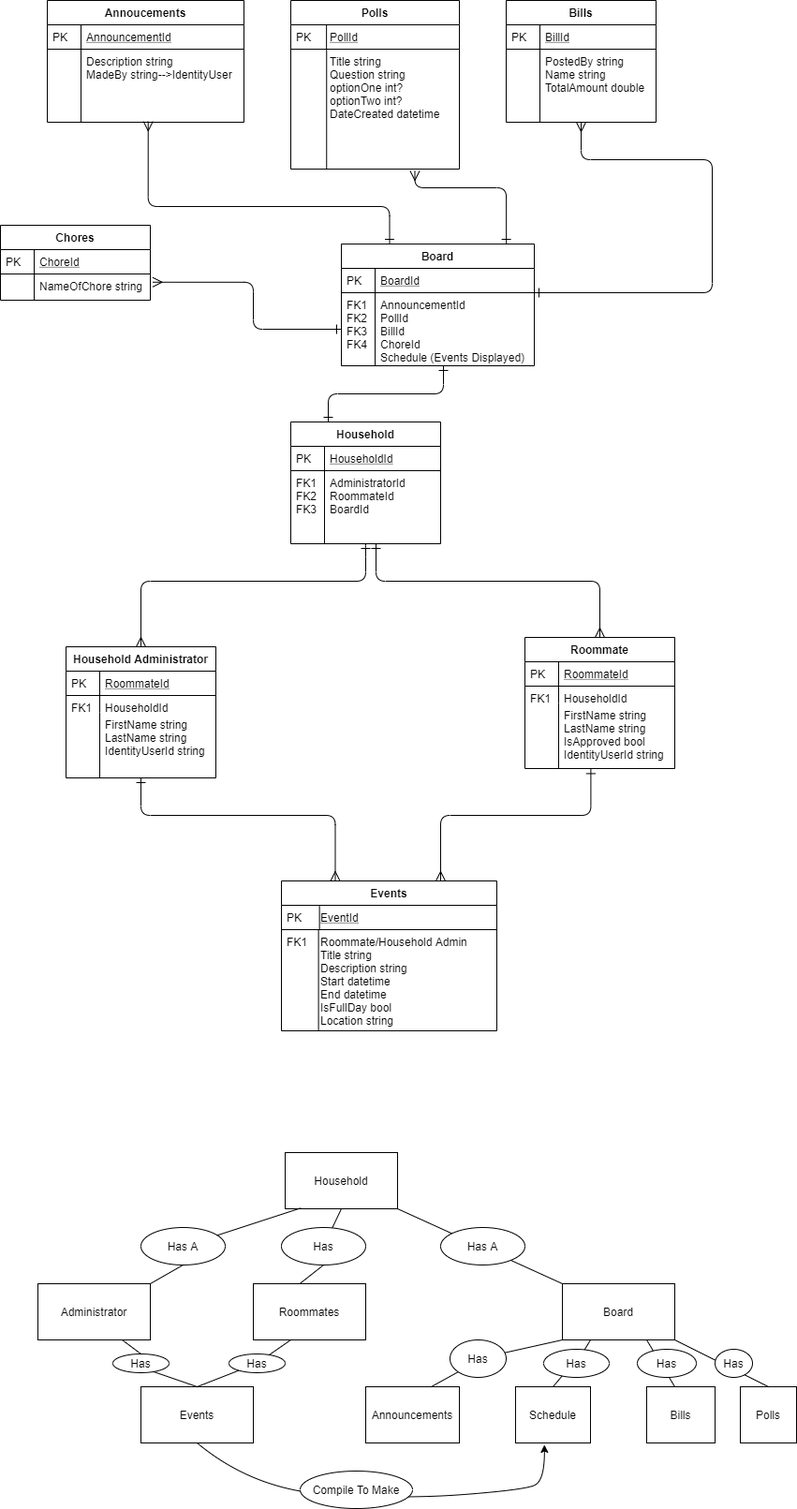
This is UserStoriesAndPlanningDocuments/IndividualCapstoneWithBasicLayout.png from andrewbaird17/Capstone_TheCommonRoom, a draw.io export, as it was before one commit. Source tidied: cells renumbered, new cells last; positions are measured from the earlier drawing's top-left corner, leaving out a move shared by most shapes.
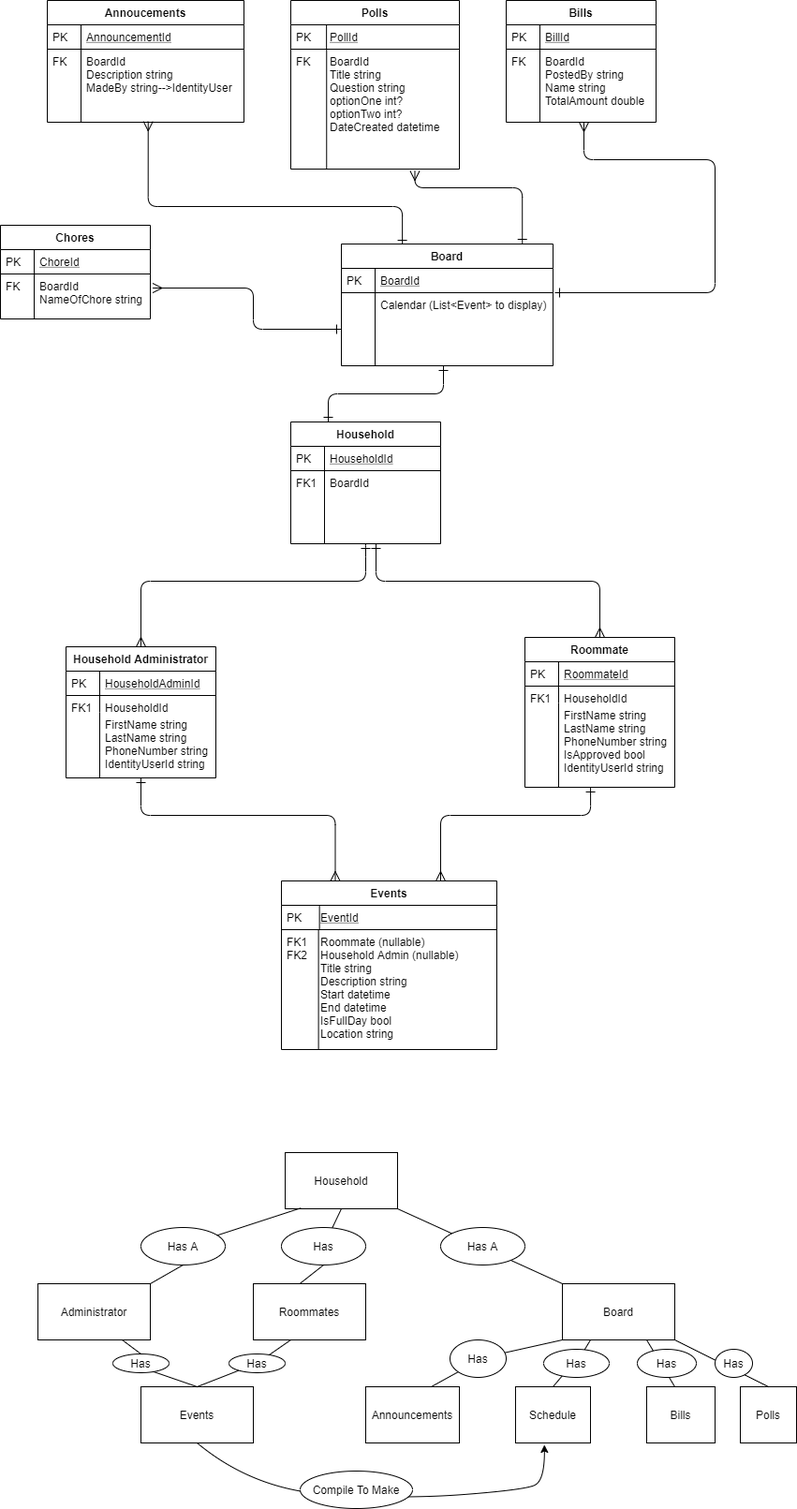
After the commit.

Diff of the diagram source:
```diff
@@ -33,6 +33,6 @@
     </mxCell>
-    <mxCell id="7" value="AdministratorId&#10;RoommateId&#10;BoardId" style="shape=partialRectangle;top=0;left=0;right=0;bottom=0;align=left;verticalAlign=top;fillColor=none;spacingLeft=40;spacingRight=4;overflow=hidden;rounded=0;shadow=0;strokeWidth=1;" parent="4" vertex="1">
+    <mxCell id="7" value="BoardId" style="shape=partialRectangle;top=0;left=0;right=0;bottom=0;align=left;verticalAlign=top;fillColor=none;spacingLeft=40;spacingRight=4;overflow=hidden;rounded=0;shadow=0;strokeWidth=1;" parent="4" vertex="1">
       <mxGeometry y="52" width="160" height="78" as="geometry" />
     </mxCell>
-    <mxCell id="8" value="FK1&#10;FK2&#10;FK3" style="shape=partialRectangle;top=0;left=0;bottom=0;fillColor=none;align=left;verticalAlign=top;spacingLeft=4;spacingRight=4;overflow=hidden;" parent="7" vertex="1">
+    <mxCell id="8" value="FK1" style="shape=partialRectangle;top=0;left=0;bottom=0;fillColor=none;align=left;verticalAlign=top;spacingLeft=4;spacingRight=4;overflow=hidden;" parent="7" vertex="1">
       <mxGeometry width="36" height="78" as="geometry" />
@@ -40,3 +40,3 @@
     <mxCell id="9" value="Roommate" style="swimlane;fontStyle=1;horizontal=1;startSize=26;rounded=0;shadow=0;strokeWidth=1;" parent="1" vertex="1">
-      <mxGeometry x="560" y="680" width="160" height="140" as="geometry" />
+      <mxGeometry x="560" y="680" width="160" height="160" as="geometry" />
     </mxCell>
@@ -54,7 +54,7 @@
     </mxCell>
-    <mxCell id="14" value="FirstName string&#10;LastName string&#10;IsApproved bool&#10;IdentityUserId string" style="shape=partialRectangle;top=0;left=0;right=0;bottom=0;align=left;verticalAlign=top;fillColor=none;spacingLeft=40;spacingRight=4;overflow=hidden;points=[[0,0.5],[1,0.5]];portConstraint=eastwest;rounded=0;shadow=0;strokeWidth=1;fontStyle=0;" parent="9" vertex="1">
-      <mxGeometry y="70" width="160" height="70" as="geometry" />
+    <mxCell id="14" value="FirstName string&#10;LastName string&#10;PhoneNumber string&#10;IsApproved bool&#10;IdentityUserId string" style="shape=partialRectangle;top=0;left=0;right=0;bottom=0;align=left;verticalAlign=top;fillColor=none;spacingLeft=40;spacingRight=4;overflow=hidden;points=[[0,0.5],[1,0.5]];portConstraint=eastwest;rounded=0;shadow=0;strokeWidth=1;fontStyle=0;" parent="9" vertex="1">
+      <mxGeometry y="70" width="160" height="90" as="geometry" />
     </mxCell>
     <mxCell id="15" style="shape=partialRectangle;top=0;left=0;bottom=0;fillColor=none;align=left;verticalAlign=top;spacingLeft=4;spacingRight=4;overflow=hidden;" parent="14" vertex="1">
-      <mxGeometry width="36" height="70" as="geometry" />
+      <mxGeometry width="36" height="90" as="geometry" />
     </mxCell>
@@ -63,3 +63,3 @@
     </mxCell>
-    <mxCell id="17" value="RoommateId" style="shape=partialRectangle;top=0;left=0;right=0;bottom=1;align=left;verticalAlign=top;fillColor=none;spacingLeft=40;spacingRight=4;overflow=hidden;rounded=0;shadow=0;strokeWidth=1;fontStyle=4;" parent="16" vertex="1">
+    <mxCell id="17" value="HouseholdAdminId" style="shape=partialRectangle;top=0;left=0;right=0;bottom=1;align=left;verticalAlign=top;fillColor=none;spacingLeft=40;spacingRight=4;overflow=hidden;rounded=0;shadow=0;strokeWidth=1;fontStyle=4;" parent="16" vertex="1">
       <mxGeometry y="26" width="160" height="26" as="geometry" />
@@ -75,3 +75,3 @@
     </mxCell>
-    <mxCell id="21" value="FirstName string&#10;LastName string&#10;IdentityUserId string" style="shape=partialRectangle;top=0;left=0;right=0;bottom=0;align=left;verticalAlign=top;fillColor=none;spacingLeft=40;spacingRight=4;overflow=hidden;rounded=0;shadow=0;strokeWidth=1;fontStyle=0;" parent="16" vertex="1">
+    <mxCell id="21" value="FirstName string&#10;LastName string&#10;PhoneNumber string&#10;IdentityUserId string" style="shape=partialRectangle;top=0;left=0;right=0;bottom=0;align=left;verticalAlign=top;fillColor=none;spacingLeft=40;spacingRight=4;overflow=hidden;rounded=0;shadow=0;strokeWidth=1;fontStyle=0;" parent="16" vertex="1">
       <mxGeometry y="70" width="160" height="70" as="geometry" />
@@ -99,6 +99,6 @@
     </mxCell>
-    <mxCell id="27" value="Title string&#10;Question string&#10;optionOne int?&#10;optionTwo int?&#10;DateCreated datetime" style="shape=partialRectangle;top=0;left=0;right=0;bottom=0;align=left;verticalAlign=top;fillColor=none;spacingLeft=40;spacingRight=4;overflow=hidden;points=[[0,0.5],[1,0.5]];portConstraint=eastwest;rounded=0;shadow=0;strokeWidth=1;" parent="24" vertex="1">
+    <mxCell id="27" value="BoardId&#10;Title string&#10;Question string&#10;optionOne int?&#10;optionTwo int?&#10;DateCreated datetime" style="shape=partialRectangle;top=0;left=0;right=0;bottom=0;align=left;verticalAlign=top;fillColor=none;spacingLeft=40;spacingRight=4;overflow=hidden;points=[[0,0.5],[1,0.5]];portConstraint=eastwest;rounded=0;shadow=0;strokeWidth=1;" parent="24" vertex="1">
       <mxGeometry y="52" width="180" height="128" as="geometry" />
     </mxCell>
-    <mxCell id="28" style="shape=partialRectangle;top=0;left=0;bottom=0;fillColor=none;align=left;verticalAlign=top;spacingLeft=4;spacingRight=4;overflow=hidden;" parent="27" vertex="1">
+    <mxCell id="28" value="FK" style="shape=partialRectangle;top=0;left=0;bottom=0;fillColor=none;align=left;verticalAlign=top;spacingLeft=4;spacingRight=4;overflow=hidden;" parent="27" vertex="1">
       <mxGeometry width="38.2" height="128" as="geometry" />
@@ -114,6 +114,6 @@
     </mxCell>
-    <mxCell id="32" value="Description string&#10;MadeBy string--&gt;IdentityUser" style="shape=partialRectangle;top=0;left=0;right=0;bottom=0;align=left;verticalAlign=top;fillColor=none;spacingLeft=40;spacingRight=4;overflow=hidden;points=[[0,0.5],[1,0.5]];portConstraint=eastwest;rounded=0;shadow=0;strokeWidth=1;" parent="29" vertex="1">
+    <mxCell id="32" value="BoardId&#10;Description string&#10;MadeBy string--&gt;IdentityUser" style="shape=partialRectangle;top=0;left=0;right=0;bottom=0;align=left;verticalAlign=top;fillColor=none;spacingLeft=40;spacingRight=4;overflow=hidden;points=[[0,0.5],[1,0.5]];portConstraint=eastwest;rounded=0;shadow=0;strokeWidth=1;" parent="29" vertex="1">
       <mxGeometry y="52" width="210" height="78" as="geometry" />
     </mxCell>
-    <mxCell id="33" style="shape=partialRectangle;top=0;left=0;bottom=0;fillColor=none;align=left;verticalAlign=top;spacingLeft=4;spacingRight=4;overflow=hidden;" parent="32" vertex="1">
+    <mxCell id="33" value="FK" style="shape=partialRectangle;top=0;left=0;bottom=0;fillColor=none;align=left;verticalAlign=top;spacingLeft=4;spacingRight=4;overflow=hidden;" parent="32" vertex="1">
       <mxGeometry width="36" height="78" as="geometry" />
@@ -129,6 +129,6 @@
     </mxCell>
-    <mxCell id="37" value="PostedBy string&#10;Name string&#10;TotalAmount double" style="shape=partialRectangle;top=0;left=0;right=0;bottom=0;align=left;verticalAlign=top;fillColor=none;spacingLeft=40;spacingRight=4;overflow=hidden;rounded=0;shadow=0;strokeWidth=1;" parent="34" vertex="1">
+    <mxCell id="37" value="BoardId&#10;PostedBy string&#10;Name string&#10;TotalAmount double" style="shape=partialRectangle;top=0;left=0;right=0;bottom=0;align=left;verticalAlign=top;fillColor=none;spacingLeft=40;spacingRight=4;overflow=hidden;rounded=0;shadow=0;strokeWidth=1;" parent="34" vertex="1">
       <mxGeometry y="52" width="160" height="78" as="geometry" />
     </mxCell>
-    <mxCell id="38" style="shape=partialRectangle;top=0;left=0;bottom=0;fillColor=none;align=left;verticalAlign=top;spacingLeft=4;spacingRight=4;overflow=hidden;" parent="37" vertex="1">
+    <mxCell id="38" value="FK" style="shape=partialRectangle;top=0;left=0;bottom=0;fillColor=none;align=left;verticalAlign=top;spacingLeft=4;spacingRight=4;overflow=hidden;" parent="37" vertex="1">
       <mxGeometry width="36" height="78" as="geometry" />
@@ -136,3 +136,3 @@
     <mxCell id="39" value="Events" style="swimlane;fontStyle=1;horizontal=1;startSize=26;rounded=0;shadow=0;strokeWidth=1;" parent="1" vertex="1">
-      <mxGeometry x="300" y="940" width="230" height="160" as="geometry" />
+      <mxGeometry x="300" y="940" width="230" height="180" as="geometry" />
     </mxCell>
@@ -144,7 +144,7 @@
     </mxCell>
-    <mxCell id="42" value="Roommate/Household Admin&#10;Title string&#10;Description string&#10;Start datetime&#10;End datetime&#10;IsFullDay bool&#10;Location string" style="shape=partialRectangle;top=0;left=0;right=0;bottom=0;align=left;verticalAlign=top;fillColor=none;spacingLeft=40;spacingRight=4;overflow=hidden;rounded=0;shadow=0;strokeWidth=1;" parent="39" vertex="1">
-      <mxGeometry y="52" width="230" height="108" as="geometry" />
+    <mxCell id="42" value="Roommate (nullable)&#10;Household Admin (nullable)&#10;Title string&#10;Description string&#10;Start datetime&#10;End datetime&#10;IsFullDay bool&#10;Location string" style="shape=partialRectangle;top=0;left=0;right=0;bottom=0;align=left;verticalAlign=top;fillColor=none;spacingLeft=40;spacingRight=4;overflow=hidden;rounded=0;shadow=0;strokeWidth=1;" parent="39" vertex="1">
+      <mxGeometry y="52" width="230" height="128" as="geometry" />
     </mxCell>
-    <mxCell id="43" value="FK1&#10;" style="shape=partialRectangle;top=0;left=0;bottom=0;fillColor=none;align=left;verticalAlign=top;spacingLeft=4;spacingRight=4;overflow=hidden;" parent="42" vertex="1">
-      <mxGeometry width="39.6" height="108" as="geometry" />
+    <mxCell id="43" value="FK1&#10;FK2" style="shape=partialRectangle;top=0;left=0;bottom=0;fillColor=none;align=left;verticalAlign=top;spacingLeft=4;spacingRight=4;overflow=hidden;" parent="42" vertex="1">
+      <mxGeometry width="39.6" height="128" as="geometry" />
     </mxCell>
@@ -159,3 +159,3 @@
     </mxCell>
-    <mxCell id="45" style="edgeStyle=orthogonalEdgeStyle;endArrow=ERmany;startArrow=ERone;shadow=0;strokeWidth=1;endSize=8;startSize=8;startFill=0;endFill=0;entryX=0.25;entryY=0;entryDx=0;entryDy=0;exitX=0.44;exitY=1.006;exitDx=0;exitDy=0;exitPerimeter=0;" parent="1" edge="1" source="14">
+    <mxCell id="45" style="edgeStyle=orthogonalEdgeStyle;endArrow=ERmany;startArrow=ERone;shadow=0;strokeWidth=1;endSize=8;startSize=8;startFill=0;endFill=0;entryX=0.25;entryY=0;entryDx=0;entryDy=0;exitX=0.438;exitY=1;exitDx=0;exitDy=0;exitPerimeter=0;" parent="1" edge="1" source="14">
       <mxGeometry relative="1" as="geometry">
@@ -168,10 +168,9 @@
     </mxCell>
-    <mxCell id="46" style="edgeStyle=orthogonalEdgeStyle;endArrow=ERone;startArrow=ERmany;shadow=0;strokeWidth=1;endSize=8;startSize=8;startFill=0;endFill=0;" parent="1" edge="1">
+    <mxCell id="46" style="edgeStyle=orthogonalEdgeStyle;endArrow=ERone;startArrow=ERmany;shadow=0;strokeWidth=1;endSize=8;startSize=8;startFill=0;endFill=0;entryX=1.009;entryY=0;entryDx=0;entryDy=0;entryPerimeter=0;" parent="1" edge="1" target="53">
       <mxGeometry relative="1" as="geometry">
-        <mxPoint x="620" y="130" as="sourcePoint" />
-        <mxPoint x="570" y="312" as="targetPoint" />
+        <mxPoint x="623" y="130" as="sourcePoint" />
         <Array as="points">
-          <mxPoint x="620" y="170" />
-          <mxPoint x="760" y="170" />
-          <mxPoint x="760" y="312" />
+          <mxPoint x="623" y="170" />
+          <mxPoint x="763" y="170" />
+          <mxPoint x="763" y="312" />
         </Array>
@@ -183,3 +182,3 @@
           <mxPoint x="443" y="200" />
-          <mxPoint x="540" y="200" />
+          <mxPoint x="557" y="200" />
         </Array>
@@ -187,3 +186,3 @@
     </mxCell>
-    <mxCell id="48" style="edgeStyle=orthogonalEdgeStyle;endArrow=ERone;startArrow=ERmany;shadow=0;strokeWidth=1;endSize=8;startSize=8;entryX=0.25;entryY=0;entryDx=0;entryDy=0;startFill=0;endFill=0;exitX=0.513;exitY=0.99;exitDx=0;exitDy=0;exitPerimeter=0;" parent="1" edge="1" source="32" target="50">
+    <mxCell id="48" style="edgeStyle=orthogonalEdgeStyle;endArrow=ERone;startArrow=ERmany;shadow=0;strokeWidth=1;endSize=8;startSize=8;startFill=0;endFill=0;exitX=0.513;exitY=0.99;exitDx=0;exitDy=0;exitPerimeter=0;entryX=0.288;entryY=0.008;entryDx=0;entryDy=0;entryPerimeter=0;" parent="1" edge="1" source="32" target="50">
       <mxGeometry relative="1" as="geometry">
@@ -191,3 +190,3 @@
           <mxPoint x="158" y="220" />
-          <mxPoint x="416" y="220" />
+          <mxPoint x="429" y="220" />
         </Array>
@@ -198,3 +197,3 @@
         <Array as="points">
-          <mxPoint x="270" y="301" />
+          <mxPoint x="270" y="307" />
           <mxPoint x="270" y="351" />
@@ -204,6 +203,6 @@
     <mxCell id="50" value="Board" style="swimlane;fontStyle=1;horizontal=1;startSize=26;rounded=0;shadow=0;strokeWidth=1;" parent="1" vertex="1">
-      <mxGeometry x="364" y="260" width="206" height="130" as="geometry" />
+      <mxGeometry x="364" y="260" width="226" height="130" as="geometry" />
     </mxCell>
     <mxCell id="51" value="BoardId" style="shape=partialRectangle;top=0;left=0;right=0;bottom=1;align=left;verticalAlign=top;fillColor=none;spacingLeft=40;spacingRight=4;overflow=hidden;rounded=0;shadow=0;strokeWidth=1;fontStyle=4;" parent="50" vertex="1">
-      <mxGeometry y="26" width="206" height="26" as="geometry" />
+      <mxGeometry y="26" width="226" height="26" as="geometry" />
     </mxCell>
@@ -212,6 +211,6 @@
     </mxCell>
-    <mxCell id="53" value="AnnouncementId&#10;PollId&#10;BillId&#10;ChoreId&#10;Schedule (Events Displayed)" style="shape=partialRectangle;top=0;left=0;right=0;bottom=0;align=left;verticalAlign=top;fillColor=none;spacingLeft=40;spacingRight=4;overflow=hidden;points=[[0,0.5],[1,0.5]];portConstraint=eastwest;rounded=0;shadow=0;strokeWidth=1;" parent="50" vertex="1">
-      <mxGeometry y="52" width="206" height="78" as="geometry" />
+    <mxCell id="53" value="Calendar (List&lt;Event&gt; to display)" style="shape=partialRectangle;top=0;left=0;right=0;bottom=0;align=left;verticalAlign=top;fillColor=none;spacingLeft=40;spacingRight=4;overflow=hidden;points=[[0,0.5],[1,0.5]];portConstraint=eastwest;rounded=0;shadow=0;strokeWidth=1;" parent="50" vertex="1">
+      <mxGeometry y="52" width="226" height="78" as="geometry" />
     </mxCell>
-    <mxCell id="54" value="FK1&#10;FK2&#10;FK3&#10;FK4" style="shape=partialRectangle;top=0;left=0;bottom=0;fillColor=none;align=left;verticalAlign=top;spacingLeft=4;spacingRight=4;overflow=hidden;" parent="53" vertex="1">
+    <mxCell id="54" style="shape=partialRectangle;top=0;left=0;bottom=0;fillColor=none;align=left;verticalAlign=top;spacingLeft=4;spacingRight=4;overflow=hidden;" parent="53" vertex="1">
       <mxGeometry width="36" height="78" as="geometry" />
@@ -219,3 +218,3 @@
     <mxCell id="55" value="Chores" style="swimlane;fontStyle=1;horizontal=1;startSize=26;rounded=0;shadow=0;strokeWidth=1;" parent="1" vertex="1">
-      <mxGeometry y="240" width="160" height="80" as="geometry" />
+      <mxGeometry y="240" width="160" height="100" as="geometry" />
     </mxCell>
@@ -227,7 +226,7 @@
     </mxCell>
-    <mxCell id="58" value="NameOfChore string" style="shape=partialRectangle;top=0;left=0;right=0;bottom=0;align=left;verticalAlign=top;fillColor=none;spacingLeft=40;spacingRight=4;overflow=hidden;points=[[0,0.5],[1,0.5]];portConstraint=eastwest;rounded=0;shadow=0;strokeWidth=1;" parent="55" vertex="1">
-      <mxGeometry y="52" width="160" height="28" as="geometry" />
+    <mxCell id="58" value="BoardId&#10;NameOfChore string" style="shape=partialRectangle;top=0;left=0;right=0;bottom=0;align=left;verticalAlign=top;fillColor=none;spacingLeft=40;spacingRight=4;overflow=hidden;points=[[0,0.5],[1,0.5]];portConstraint=eastwest;rounded=0;shadow=0;strokeWidth=1;" parent="55" vertex="1">
+      <mxGeometry y="52" width="160" height="48" as="geometry" />
     </mxCell>
-    <mxCell id="59" style="shape=partialRectangle;top=0;left=0;bottom=0;fillColor=none;align=left;verticalAlign=top;spacingLeft=4;spacingRight=4;overflow=hidden;" parent="58" vertex="1">
-      <mxGeometry width="36" height="28" as="geometry" />
+    <mxCell id="59" value="FK" style="shape=partialRectangle;top=0;left=0;bottom=0;fillColor=none;align=left;verticalAlign=top;spacingLeft=4;spacingRight=4;overflow=hidden;" parent="58" vertex="1">
+      <mxGeometry width="36" height="48" as="geometry" />
     </mxCell>
```
